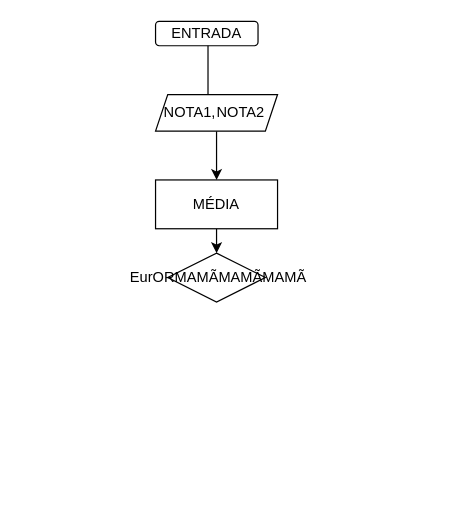
This is Untitled Diagram.drawio from jessicamocatto/Portifolio, a draw.io file, before an edit. Source tidied: cells renumbered, new cells numbered last; positions are measured from the earlier drawing's top-left corner, leaving out a move shared by most shapes. Both pictures are drawn from the tidied source at 122%, with x=0, y=0 at pixel (155, 21).
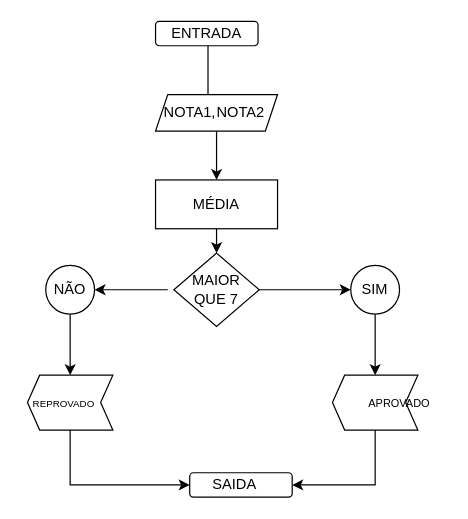
Above is the later version.

The change refers to these unchanged cells:
```xml
<mxCell id="10" style="rounded=0;whiteSpace=wrap;html=1;" parent="1" vertex="1">
  <mxGeometry y="130" width="100" height="40" as="geometry" />
</mxCell>
```

Diff of the diagram source:
```diff
@@
-    <mxCell id="9" style="edgeStyle=orthogonalEdgeStyle;rounded=0;jettySize=auto;html=1;exitX=0.5;exitY=1;exitDx=0;exitDy=0;entryX=0.5;entryY=0;entryDx=0;entryDy=0;" parent="1" edge="1" source="10" target="12">
-      <mxGeometry relative="1" as="geometry" />
+    <mxCell id="9" style="edgeStyle=orthogonalEdgeStyle;rounded=0;jettySize=auto;html=1;exitX=0.5;exitY=1;exitDx=0;exitDy=0;entryX=0.5;entryY=0;entryDx=0;entryDy=0;" parent="1" edge="1" source="10">
+      <mxGeometry relative="1" as="geometry">
+        <mxPoint x="50" y="190" as="targetPoint" />
+      </mxGeometry>
     </mxCell>
@@
-    <mxCell id="12" value="&lt;span style=&quot;white-space: pre&quot;&gt; &lt;/span&gt;&lt;font&gt;EurOR&lt;/font&gt;&lt;font&gt;MAMÃ&lt;/font&gt;&lt;font&gt;MAMÃ&lt;/font&gt;&lt;font&gt;MAMÃ&lt;/font&gt;" style="rhombus;whiteSpace=wrap;html=1;" parent="1" vertex="1">
-      <mxGeometry x="10" y="190" width="80" height="40" as="geometry" />
-    </mxCell>
+    <mxCell id="13" style="edgeStyle=orthogonalEdgeStyle;rounded=0;jettySize=auto;html=1;" parent="1" edge="1" source="14" target="20">
+      <mxGeometry relative="1" as="geometry" />
+    </mxCell>
+    <mxCell id="14" style="rhombus;whiteSpace=wrap;html=1;" parent="1" vertex="1">
+      <mxGeometry x="15" y="190" width="70" height="60" as="geometry" />
+    </mxCell>
+    <mxCell id="15" style="edgeStyle=orthogonalEdgeStyle;rounded=0;jettySize=auto;html=1;" parent="1" edge="1" target="24">
+      <mxGeometry relative="1" as="geometry">
+        <mxPoint x="10" y="220" as="sourcePoint" />
+        <Array as="points">
+          <mxPoint y="220" />
+          <mxPoint y="220" />
+        </Array>
+      </mxGeometry>
+    </mxCell>
+    <mxCell id="16" value="MAIOR QUE 7" style="text;html=1;strokeColor=none;fillColor=none;align=center;verticalAlign=middle;whiteSpace=wrap;rounded=0;" parent="1" vertex="1">
+      <mxGeometry x="30" y="210" width="40" height="20" as="geometry" />
+    </mxCell>
+    <mxCell id="17" style="edgeStyle=orthogonalEdgeStyle;rounded=0;jettySize=auto;html=1;exitX=0.5;exitY=0;exitDx=0;exitDy=0;entryX=1;entryY=0.5;entryDx=0;entryDy=0;" parent="1" edge="1" source="18" target="29">
+      <mxGeometry relative="1" as="geometry" />
+    </mxCell>
+    <mxCell id="18" style="shape=step;perimeter=stepPerimeter;whiteSpace=wrap;html=1;fixedSize=1;direction=west;size=10;" parent="1" vertex="1">
+      <mxGeometry x="145" y="290" width="70" height="45" as="geometry" />
+    </mxCell>
+    <mxCell id="19" style="edgeStyle=orthogonalEdgeStyle;rounded=0;jettySize=auto;html=1;" parent="1" edge="1" source="20" target="18">
+      <mxGeometry relative="1" as="geometry" />
+    </mxCell>
+    <mxCell id="20" style="ellipse;whiteSpace=wrap;html=1;" parent="1" vertex="1">
+      <mxGeometry x="160" y="200" width="40" height="40" as="geometry" />
+    </mxCell>
+    <mxCell id="21" value="SIM" style="text;html=1;strokeColor=none;fillColor=none;align=center;verticalAlign=middle;whiteSpace=wrap;rounded=0;" parent="1" vertex="1">
+      <mxGeometry x="160" y="210" width="40" height="20" as="geometry" />
+    </mxCell>
+    <mxCell id="22" value="&lt;font style=&quot;font-size: 9px&quot;&gt;APROVADO&lt;/font&gt;" style="text;html=1;strokeColor=none;fillColor=none;align=center;verticalAlign=middle;whiteSpace=wrap;rounded=0;" parent="1" vertex="1">
+      <mxGeometry x="160" y="302.5" width="80" height="20" as="geometry" />
+    </mxCell>
+    <mxCell id="23" style="edgeStyle=orthogonalEdgeStyle;rounded=0;jettySize=auto;html=1;" parent="1" edge="1" source="24" target="26">
+      <mxGeometry relative="1" as="geometry" />
+    </mxCell>
+    <mxCell id="24" style="ellipse;whiteSpace=wrap;html=1;" parent="1" vertex="1">
+      <mxGeometry x="-90" y="200" width="40" height="40" as="geometry" />
+    </mxCell>
+    <mxCell id="25" style="edgeStyle=orthogonalEdgeStyle;rounded=0;jettySize=auto;html=1;exitX=0.5;exitY=0;exitDx=0;exitDy=0;entryX=0;entryY=0.5;entryDx=0;entryDy=0;" parent="1" edge="1" source="26" target="29">
+      <mxGeometry relative="1" as="geometry" />
+    </mxCell>
+    <mxCell id="26" style="shape=step;perimeter=stepPerimeter;whiteSpace=wrap;html=1;fixedSize=1;direction=west;size=10;" parent="1" vertex="1">
+      <mxGeometry x="-105" y="290" width="70" height="45" as="geometry" />
+    </mxCell>
+    <mxCell id="27" value="NÃO" style="text;html=1;strokeColor=none;fillColor=none;align=center;verticalAlign=middle;whiteSpace=wrap;rounded=0;" parent="1" vertex="1">
+      <mxGeometry x="-90" y="210" width="40" height="20" as="geometry" />
+    </mxCell>
+    <mxCell id="28" value="&lt;font style=&quot;font-size: 8px&quot;&gt;REPROVADO&lt;/font&gt;" style="text;html=1;strokeColor=none;fillColor=none;align=center;verticalAlign=middle;whiteSpace=wrap;rounded=0;" parent="1" vertex="1">
+      <mxGeometry x="-110" y="302.5" width="70" height="20" as="geometry" />
+    </mxCell>
+    <mxCell id="29" style="rounded=1;whiteSpace=wrap;html=1;" parent="1" vertex="1">
+      <mxGeometry x="28" y="370" width="84" height="20" as="geometry" />
+    </mxCell>
+    <mxCell id="30" value="SAIDA" style="text;html=1;strokeColor=none;fillColor=none;align=center;verticalAlign=middle;whiteSpace=wrap;rounded=0;" parent="1" vertex="1">
+      <mxGeometry x="45" y="370" width="40" height="20" as="geometry" />
+    </mxCell>
```
